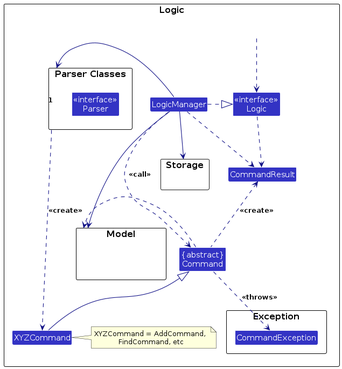
The PlantUML diagram diagrams/LogicClassDiagram.png in bkkuan/tp, before a commit. Its source is kept beside it as diagrams/LogicClassDiagram.puml. Its diagram source:
```plantuml
@startuml
!include style.puml
skinparam arrowThickness 1.1
skinparam arrowColor LOGIC_COLOR_T4
skinparam classBackgroundColor LOGIC_COLOR

package Logic as LogicPackage {

package "Parser Classes" as ParserClasses{
Class "<<interface>>\nParser" as Parser
}
Class XYZCommand
Class CommandResult
Class "{abstract}\nCommand" as Command {
    +execute(): CommandResult throws CommandException
}


Class "<<interface>>\nLogic" as Logic
Class LogicManager {
    +FILE_OPS_ERROR_FORMAT: String
    +FILE_OPS_PERMISSION_ERROR_FORMAT:String
    -model: Model
    -storage: Storage
    -addressBookParser: AddressBookParser
}

package Model {
Class HiddenModel #FFFFFF
}

package Storage {
}

package Exception {
    Class CommandException {
        +CommandException(message: String)
        +CommandException(message: String, cause: Throwable)
    }
}

Class HiddenOutside #FFFFFF
HiddenOutside ..> Logic

LogicManager .right.|> Logic
LogicManager -right->"1" ParserClasses
ParserClasses ..> XYZCommand : <<create>>

XYZCommand -up-|> Command
LogicManager .left.> Command : <<call>>

LogicManager --> Model
LogicManager --> Storage
Storage --[hidden] Model
Command .[hidden]up.> Storage
Command .right.> Model
note right of XYZCommand: XYZCommand = AddCommand, \nFindCommand, etc

Logic ..> CommandResult
LogicManager .down.> CommandResult
Command .up.> CommandResult : <<create>>

Command ..> CommandException : <<throws>>
@enduml
```
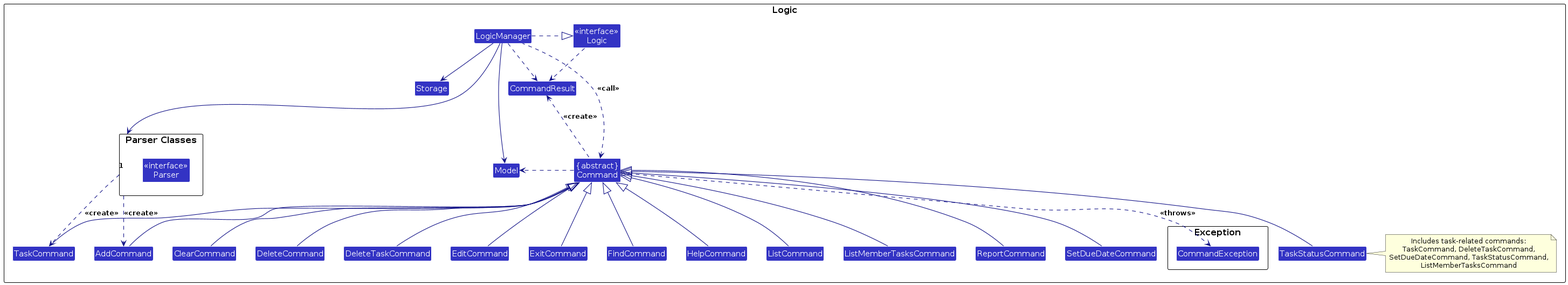
The same diagram one commit later.

The edit, as a diff of the source:
```diff
@@ -6,59 +6,83 @@
 
 package Logic as LogicPackage {
 
-package "Parser Classes" as ParserClasses{
-Class "<<interface>>\nParser" as Parser
-}
-Class XYZCommand
-Class CommandResult
-Class "{abstract}\nCommand" as Command {
+  package "Parser Classes" as ParserClasses {
+    Class "<<interface>>\nParser" as Parser
+  }
+
+  Class "{abstract}\nCommand" as Command {
     +execute(): CommandResult throws CommandException
-}
+  }
 
+  Class CommandResult
 
-Class "<<interface>>\nLogic" as Logic
-Class LogicManager {
+  Class "<<interface>>\nLogic" as Logic
+  Class LogicManager {
     +FILE_OPS_ERROR_FORMAT: String
-    +FILE_OPS_PERMISSION_ERROR_FORMAT:String
+    +FILE_OPS_PERMISSION_ERROR_FORMAT: String
     -model: Model
     -storage: Storage
     -addressBookParser: AddressBookParser
+  }
+
+  package Exception {
+    Class CommandException {
+      +CommandException(message: String)
+      +CommandException(message: String, cause: Throwable)
+    }
+  }
+
+  Class AddCommand
+  Class ClearCommand
+  Class DeleteCommand
+  Class DeleteTaskCommand
+  Class EditCommand
+  Class ExitCommand
+  Class FindCommand
+  Class HelpCommand
+  Class ListCommand
+  Class ListMemberTasksCommand
+  Class ReportCommand
+  Class SetDueDateCommand
+  Class TaskCommand
+  Class TaskStatusCommand
+
+  AddCommand -up-|> Command
+  ClearCommand -up-|> Command
+  DeleteCommand -up-|> Command
+  DeleteTaskCommand -up-|> Command
+  EditCommand -up-|> Command
+  ExitCommand -up-|> Command
+  FindCommand -up-|> Command
+  HelpCommand -up-|> Command
+  ListCommand -up-|> Command
+  ListMemberTasksCommand -up-|> Command
+  ReportCommand -up-|> Command
+  SetDueDateCommand -up-|> Command
+  TaskCommand -up-|> Command
+  TaskStatusCommand -up-|> Command
+
+  LogicManager .right.|> Logic
+  LogicManager -right-> "1" ParserClasses
+  ParserClasses ..> AddCommand : <<create>>
+  ParserClasses ..> TaskCommand : <<create>>
+
+  LogicManager .left.> Command : <<call>>
+  LogicManager --> Model
+  LogicManager --> Storage
+  Command .right.> Model
+  Command .up.> CommandResult : <<create>>
+  Command ..> CommandException : <<throws>>
+
+  Logic ..> CommandResult
+  LogicManager .down.> CommandResult
+
+  note right of TaskStatusCommand
+    Includes task-related commands:
+    TaskCommand, DeleteTaskCommand,
+    SetDueDateCommand, TaskStatusCommand,
+    ListMemberTasksCommand
+  end note
 }
 
-package Model {
-Class HiddenModel #FFFFFF
-}
-
-package Storage {
-}
-
-package Exception {
-    Class CommandException {
-        +CommandException(message: String)
-        +CommandException(message: String, cause: Throwable)
-    }
-}
-
-Class HiddenOutside #FFFFFF
-HiddenOutside ..> Logic
-
-LogicManager .right.|> Logic
-LogicManager -right->"1" ParserClasses
-ParserClasses ..> XYZCommand : <<create>>
-
-XYZCommand -up-|> Command
-LogicManager .left.> Command : <<call>>
-
-LogicManager --> Model
-LogicManager --> Storage
-Storage --[hidden] Model
-Command .[hidden]up.> Storage
-Command .right.> Model
-note right of XYZCommand: XYZCommand = AddCommand, \nFindCommand, etc
-
-Logic ..> CommandResult
-LogicManager .down.> CommandResult
-Command .up.> CommandResult : <<create>>
-
-Command ..> CommandException : <<throws>>
 @enduml
```
